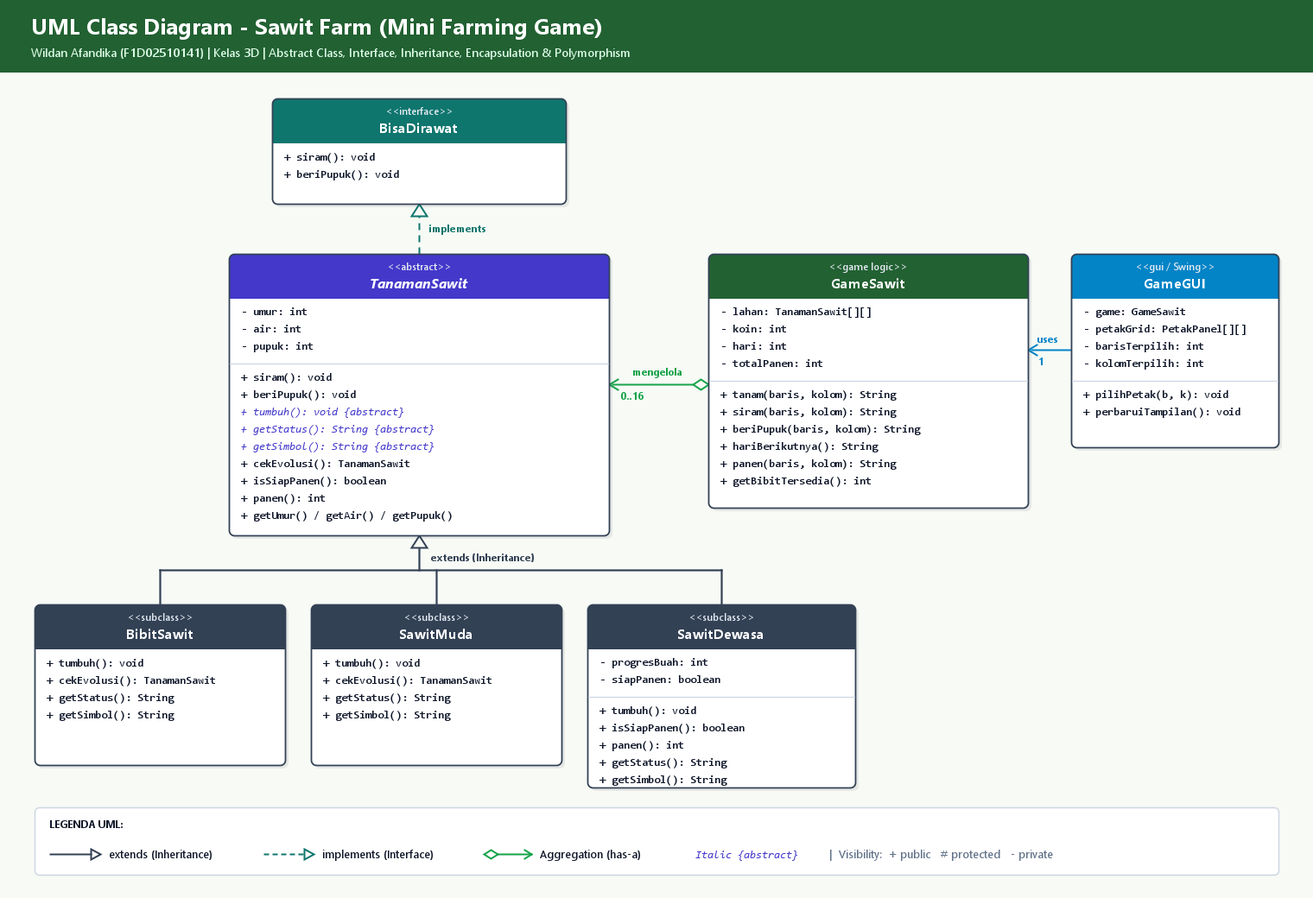
The PlantUML diagram docs/class-diagram.png in wildan7899/SawitSimulator, before a commit. Its source is kept beside it as docs/class-diagram.puml.
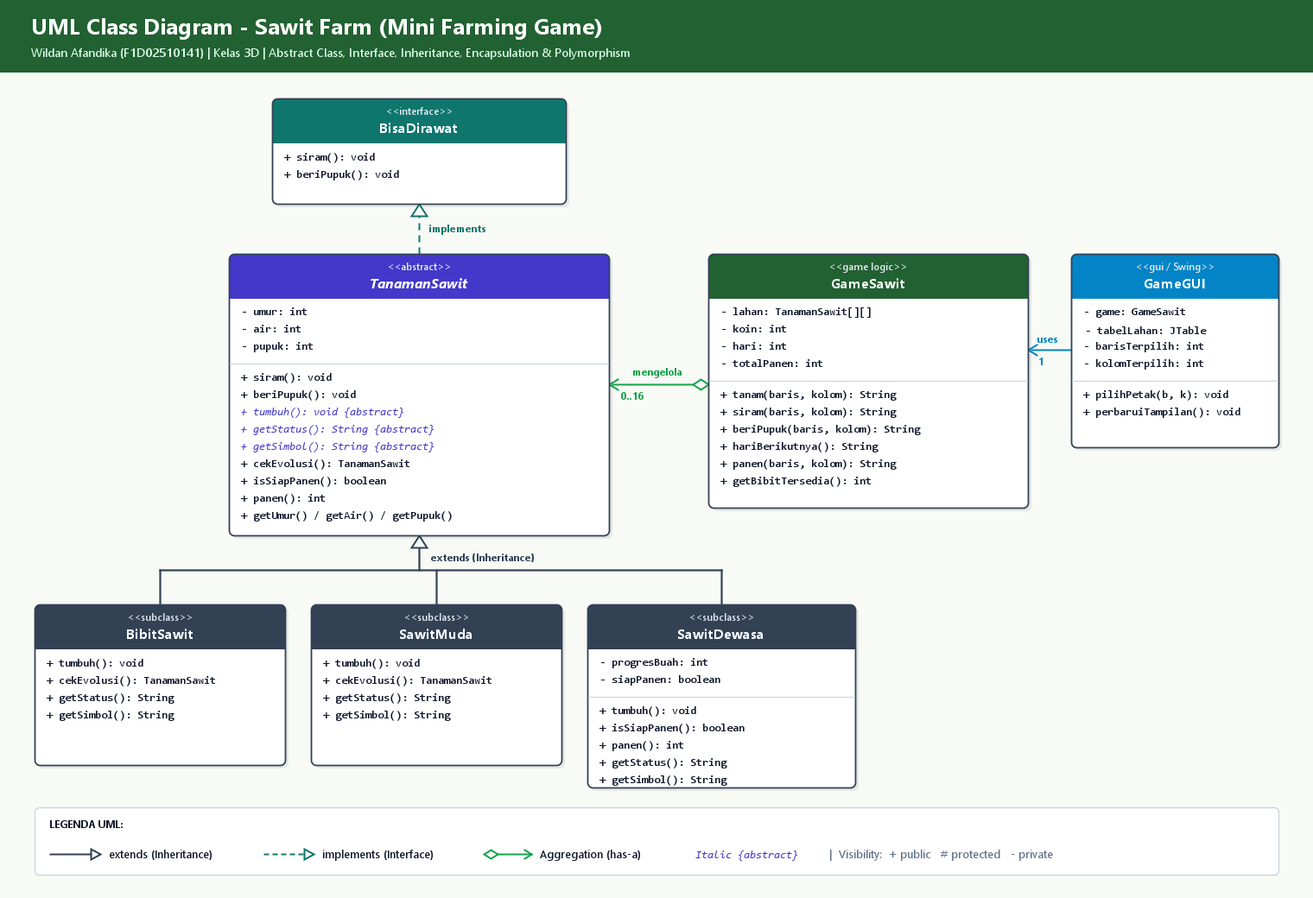
After the commit.

Commit message:
refactor: gunakan hanya javax.swing.* dan javax.swing.table.* (JTable) di GameGUI dan perbarui dokumentasi

Diff of the diagram source:
```diff
@@ -66,7 +66,8 @@
 
 class GameGUI {
   - game: GameSawit
-  - petakGrid: PetakPanel[][]
+  - modelLahan: DefaultTableModel
+  - tabelLahan: JTable
   - barisTerpilih: int
   - kolomTerpilih: int
   + pilihPetak(baris: int, kolom: int): void
```
